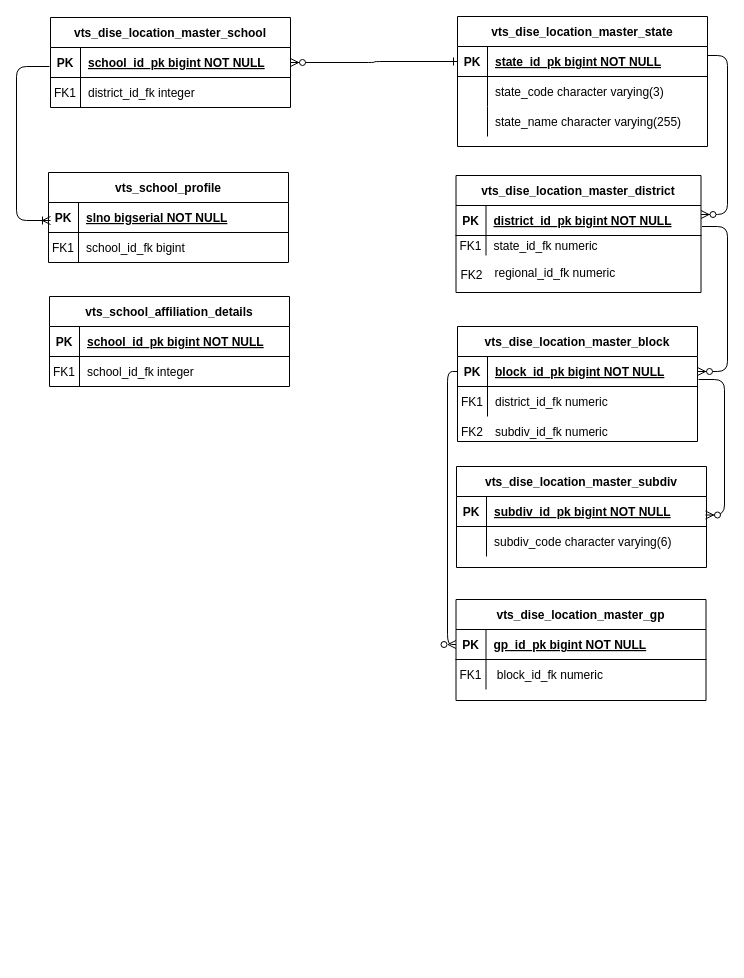
sourav4371/sourav keeps this draw.io diagram as Untitled Diagram.drawio. Above is the earlier version. Source tidied: cells renumbered, new cells numbered last; positions are measured from the earlier drawing's top-left corner, leaving out a move shared by most shapes. Both pictures are drawn from the tidied source at 100%, with x=0, y=0 at pixel (16, 16).
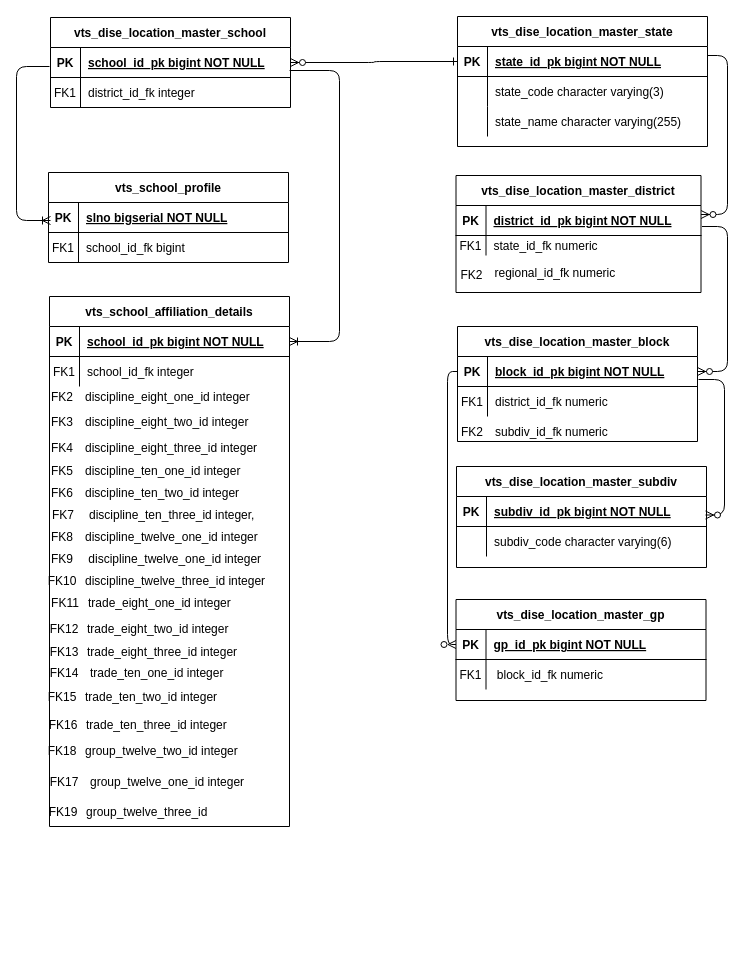
The same diagram, later.

The change refers to these unchanged cells:
```xml
<mxCell id="74" style="shape=partialRectangle;fillColor=none;points=[[0,0.5],[1,0.5]];portConstraint=eastwest;top=0;left=0;right=0;bottom=1;" parent="73" vertex="1">
  <mxGeometry y="30" width="240" height="30" as="geometry" />
</mxCell>
```

Change to the diagram source:
```diff
@@
     <mxCell id="73" value="vts_school_affiliation_details" style="shape=table;startSize=30;childLayout=tableLayout;rowLines=0;fontStyle=1;align=center;" parent="1" vertex="1">
-      <mxGeometry x="33" y="280" width="240" height="90" as="geometry" />
+      <mxGeometry x="33" y="280" width="240" height="530" as="geometry" />
     </mxCell>
@@
+    <mxCell id="80" style="edgeStyle=elbowEdgeStyle;fontSize=12;html=1;endArrow=ERoneToMany;entryX=1;entryY=0.5;entryDx=0;entryDy=0;exitX=0.988;exitY=0.967;exitDx=0;exitDy=0;exitPerimeter=0;" parent="1" edge="1" target="74">
+      <mxGeometry relative="1" as="geometry">
+        <mxPoint x="273.1" y="54" as="sourcePoint" />
+        <Array as="points">
+          <mxPoint x="323" y="174" />
+        </Array>
+      </mxGeometry>
+    </mxCell>
+    <mxCell id="81" style="shape=partialRectangle;fillColor=none;top=0;left=0;right=0;bottom=0;" parent="1" vertex="1">
+      <mxGeometry x="31" y="365" width="240" height="30" as="geometry" />
+    </mxCell>
+    <mxCell id="82" value="FK2" style="shape=partialRectangle;overflow=hidden;fillColor=none;top=0;left=0;bottom=0;right=0;" parent="81" vertex="1">
+      <mxGeometry width="30" height="30" as="geometry" />
+    </mxCell>
+    <mxCell id="83" value="discipline_eight_one_id integer" style="shape=partialRectangle;overflow=hidden;fillColor=none;top=0;left=0;bottom=0;right=0;align=left;spacingLeft=6;" parent="81" vertex="1">
+      <mxGeometry x="30" width="210" height="30" as="geometry" />
+    </mxCell>
+    <mxCell id="84" style="shape=partialRectangle;fillColor=none;top=0;left=0;right=0;bottom=0;" parent="1" vertex="1">
+      <mxGeometry x="31" y="390" width="240" height="30" as="geometry" />
+    </mxCell>
+    <mxCell id="85" value="FK3" style="shape=partialRectangle;overflow=hidden;fillColor=none;top=0;left=0;bottom=0;right=0;" parent="84" vertex="1">
+      <mxGeometry width="30" height="30" as="geometry" />
+    </mxCell>
+    <mxCell id="86" value="discipline_eight_two_id integer" style="shape=partialRectangle;overflow=hidden;fillColor=none;top=0;left=0;bottom=0;right=0;align=left;spacingLeft=6;" parent="84" vertex="1">
+      <mxGeometry x="30" width="210" height="30" as="geometry" />
+    </mxCell>
+    <mxCell id="87" style="shape=partialRectangle;fillColor=none;top=0;left=0;right=0;bottom=0;" parent="1" vertex="1">
+      <mxGeometry x="31" y="416" width="240" height="30" as="geometry" />
+    </mxCell>
+    <mxCell id="88" value="FK4" style="shape=partialRectangle;overflow=hidden;fillColor=none;top=0;left=0;bottom=0;right=0;" parent="87" vertex="1">
+      <mxGeometry width="30" height="30" as="geometry" />
+    </mxCell>
+    <mxCell id="89" value="discipline_eight_three_id integer" style="shape=partialRectangle;overflow=hidden;fillColor=none;top=0;left=0;bottom=0;right=0;align=left;spacingLeft=6;" parent="87" vertex="1">
+      <mxGeometry x="30" width="210" height="30" as="geometry" />
+    </mxCell>
+    <mxCell id="90" style="shape=partialRectangle;fillColor=none;top=0;left=0;right=0;bottom=0;" parent="1" vertex="1">
+      <mxGeometry x="31" y="439" width="240" height="30" as="geometry" />
+    </mxCell>
+    <mxCell id="91" value="FK5" style="shape=partialRectangle;overflow=hidden;fillColor=none;top=0;left=0;bottom=0;right=0;" parent="90" vertex="1">
+      <mxGeometry width="30" height="30" as="geometry" />
+    </mxCell>
+    <mxCell id="92" value="discipline_ten_one_id integer" style="shape=partialRectangle;overflow=hidden;fillColor=none;top=0;left=0;bottom=0;right=0;align=left;spacingLeft=6;" parent="90" vertex="1">
+      <mxGeometry x="30" width="210" height="30" as="geometry" />
+    </mxCell>
+    <mxCell id="93" style="shape=partialRectangle;fillColor=none;top=0;left=0;right=0;bottom=0;" parent="1" vertex="1">
+      <mxGeometry x="31" y="461" width="240" height="30" as="geometry" />
+    </mxCell>
+    <mxCell id="94" value="FK6" style="shape=partialRectangle;overflow=hidden;fillColor=none;top=0;left=0;bottom=0;right=0;" parent="93" vertex="1">
+      <mxGeometry width="30" height="30" as="geometry" />
+    </mxCell>
+    <mxCell id="95" value="discipline_ten_two_id integer" style="shape=partialRectangle;overflow=hidden;fillColor=none;top=0;left=0;bottom=0;right=0;align=left;spacingLeft=6;" parent="93" vertex="1">
+      <mxGeometry x="30" width="210" height="30" as="geometry" />
+    </mxCell>
+    <mxCell id="96" style="shape=partialRectangle;fillColor=none;top=0;left=0;right=0;bottom=0;" parent="1" vertex="1">
+      <mxGeometry x="35" y="483" width="240" height="30" as="geometry" />
+    </mxCell>
+    <mxCell id="97" value="FK7" style="shape=partialRectangle;overflow=hidden;fillColor=none;top=0;left=0;bottom=0;right=0;" parent="96" vertex="1">
+      <mxGeometry x="-3" width="30" height="30" as="geometry" />
+    </mxCell>
+    <mxCell id="98" value="discipline_ten_three_id integer," style="shape=partialRectangle;overflow=hidden;fillColor=none;top=0;left=0;bottom=0;right=0;align=left;spacingLeft=6;" parent="96" vertex="1">
+      <mxGeometry x="30" width="210" height="30" as="geometry" />
+    </mxCell>
+    <mxCell id="99" style="shape=partialRectangle;fillColor=none;top=0;left=0;right=0;bottom=0;" parent="1" vertex="1">
+      <mxGeometry x="31" y="505" width="240" height="30" as="geometry" />
+    </mxCell>
+    <mxCell id="100" value="FK8" style="shape=partialRectangle;overflow=hidden;fillColor=none;top=0;left=0;bottom=0;right=0;" parent="99" vertex="1">
+      <mxGeometry width="30" height="30" as="geometry" />
+    </mxCell>
+    <mxCell id="101" value="discipline_twelve_one_id integer" style="shape=partialRectangle;overflow=hidden;fillColor=none;top=0;left=0;bottom=0;right=0;align=left;spacingLeft=6;" parent="99" vertex="1">
+      <mxGeometry x="30" width="210" height="30" as="geometry" />
+    </mxCell>
+    <mxCell id="102" style="shape=partialRectangle;fillColor=none;top=0;left=0;right=0;bottom=0;" parent="1" vertex="1">
+      <mxGeometry x="271" y="770" width="250" height="93" as="geometry" />
+    </mxCell>
+    <mxCell id="103" style="shape=partialRectangle;overflow=hidden;fillColor=none;top=0;left=0;bottom=0;right=0;" parent="102" vertex="1">
+      <mxGeometry width="30" height="93" as="geometry" />
+    </mxCell>
+    <mxCell id="104" style="shape=partialRectangle;fillColor=none;top=0;left=0;right=0;bottom=0;" parent="1" vertex="1">
+      <mxGeometry x="31" y="527" width="240" height="30" as="geometry" />
+    </mxCell>
+    <mxCell id="105" value="FK9" style="shape=partialRectangle;overflow=hidden;fillColor=none;top=0;left=0;bottom=0;right=0;" parent="104" vertex="1">
+      <mxGeometry width="30" height="30" as="geometry" />
+    </mxCell>
+    <mxCell id="106" value=" discipline_twelve_one_id integer" style="shape=partialRectangle;overflow=hidden;fillColor=none;top=0;left=0;bottom=0;right=0;align=left;spacingLeft=6;" parent="104" vertex="1">
+      <mxGeometry x="30" width="210" height="30" as="geometry" />
+    </mxCell>
+    <mxCell id="107" style="shape=partialRectangle;fillColor=none;top=0;left=0;right=0;bottom=0;" parent="1" vertex="1">
+      <mxGeometry x="31" y="549" width="240" height="30" as="geometry" />
+    </mxCell>
+    <mxCell id="108" value="FK10" style="shape=partialRectangle;overflow=hidden;fillColor=none;top=0;left=0;bottom=0;right=0;" parent="107" vertex="1">
+      <mxGeometry width="30" height="30" as="geometry" />
+    </mxCell>
+    <mxCell id="109" value="discipline_twelve_three_id integer" style="shape=partialRectangle;overflow=hidden;fillColor=none;top=0;left=0;bottom=0;right=0;align=left;spacingLeft=6;" parent="107" vertex="1">
+      <mxGeometry x="30" width="210" height="30" as="geometry" />
+    </mxCell>
+    <mxCell id="110" style="shape=partialRectangle;fillColor=none;top=0;left=0;right=0;bottom=0;" parent="1" vertex="1">
+      <mxGeometry x="34" y="571" width="240" height="30" as="geometry" />
+    </mxCell>
+    <mxCell id="111" value="FK11" style="shape=partialRectangle;overflow=hidden;fillColor=none;top=0;left=0;bottom=0;right=0;" parent="110" vertex="1">
+      <mxGeometry width="30" height="30" as="geometry" />
+    </mxCell>
+    <mxCell id="112" value="trade_eight_one_id integer" style="shape=partialRectangle;overflow=hidden;fillColor=none;top=0;left=0;bottom=0;right=0;align=left;spacingLeft=6;" parent="110" vertex="1">
+      <mxGeometry x="30" width="210" height="30" as="geometry" />
+    </mxCell>
+    <mxCell id="113" style="shape=partialRectangle;fillColor=none;top=0;left=0;right=0;bottom=0;" parent="1" vertex="1">
+      <mxGeometry x="33" y="597" width="240" height="30" as="geometry" />
+    </mxCell>
+    <mxCell id="114" value="FK12" style="shape=partialRectangle;overflow=hidden;fillColor=none;top=0;left=0;bottom=0;right=0;" parent="113" vertex="1">
+      <mxGeometry width="30" height="30" as="geometry" />
+    </mxCell>
+    <mxCell id="115" value=" trade_eight_two_id integer" style="shape=partialRectangle;overflow=hidden;fillColor=none;top=0;left=0;bottom=0;right=0;align=left;spacingLeft=6;" parent="113" vertex="1">
+      <mxGeometry x="30" width="210" height="30" as="geometry" />
+    </mxCell>
+    <mxCell id="116" style="shape=partialRectangle;fillColor=none;top=0;left=0;right=0;bottom=0;" parent="1" vertex="1">
+      <mxGeometry x="33" y="619.5" width="240" height="30" as="geometry" />
+    </mxCell>
+    <mxCell id="117" value="FK13" style="shape=partialRectangle;overflow=hidden;fillColor=none;top=0;left=0;bottom=0;right=0;" parent="116" vertex="1">
+      <mxGeometry width="30" height="30" as="geometry" />
+    </mxCell>
+    <mxCell id="118" value="trade_eight_three_id integer" style="shape=partialRectangle;overflow=hidden;fillColor=none;top=0;left=0;bottom=0;right=0;align=left;spacingLeft=6;" parent="116" vertex="1">
+      <mxGeometry x="30" width="210" height="30" as="geometry" />
+    </mxCell>
+    <mxCell id="119" style="shape=partialRectangle;fillColor=none;top=0;left=0;right=0;bottom=0;" parent="1" vertex="1">
+      <mxGeometry x="36" y="641" width="240" height="30" as="geometry" />
+    </mxCell>
+    <mxCell id="120" value="FK14" style="shape=partialRectangle;overflow=hidden;fillColor=none;top=0;left=0;bottom=0;right=0;" parent="119" vertex="1">
+      <mxGeometry x="-3" width="30" height="30" as="geometry" />
+    </mxCell>
+    <mxCell id="121" value="trade_ten_one_id integer" style="shape=partialRectangle;overflow=hidden;fillColor=none;top=0;left=0;bottom=0;right=0;align=left;spacingLeft=6;" parent="119" vertex="1">
+      <mxGeometry x="30" width="210" height="30" as="geometry" />
+    </mxCell>
+    <mxCell id="122" style="shape=partialRectangle;fillColor=none;top=0;left=0;right=0;bottom=0;" parent="1" vertex="1">
+      <mxGeometry x="31" y="665" width="240" height="30" as="geometry" />
+    </mxCell>
+    <mxCell id="123" value="FK15" style="shape=partialRectangle;overflow=hidden;fillColor=none;top=0;left=0;bottom=0;right=0;" parent="122" vertex="1">
+      <mxGeometry width="30" height="30" as="geometry" />
+    </mxCell>
+    <mxCell id="124" value="trade_ten_two_id integer" style="shape=partialRectangle;overflow=hidden;fillColor=none;top=0;left=0;bottom=0;right=0;align=left;spacingLeft=6;" parent="122" vertex="1">
+      <mxGeometry x="30" width="210" height="30" as="geometry" />
+    </mxCell>
+    <mxCell id="125" style="shape=partialRectangle;fillColor=none;top=0;left=0;right=0;bottom=0;" parent="1" vertex="1">
+      <mxGeometry x="32" y="693" width="240" height="195" as="geometry" />
+    </mxCell>
+    <mxCell id="126" value="FK16" style="shape=partialRectangle;overflow=hidden;fillColor=none;top=0;left=0;bottom=0;right=0;" parent="125" vertex="1">
+      <mxGeometry width="30" height="30" as="geometry" />
+    </mxCell>
+    <mxCell id="127" value=" trade_ten_three_id integer" style="shape=partialRectangle;overflow=hidden;fillColor=none;top=0;left=0;bottom=0;right=0;align=left;spacingLeft=6;" parent="125" vertex="1">
+      <mxGeometry x="30" width="210" height="30" as="geometry" />
+    </mxCell>
+    <mxCell id="128" style="shape=partialRectangle;fillColor=none;top=0;left=0;right=0;bottom=0;" parent="1" vertex="1">
+      <mxGeometry x="36" y="750" width="240" height="195" as="geometry" />
+    </mxCell>
+    <mxCell id="129" value="FK17" style="shape=partialRectangle;overflow=hidden;fillColor=none;top=0;left=0;bottom=0;right=0;" parent="128" vertex="1">
+      <mxGeometry x="-3" width="30" height="30" as="geometry" />
+    </mxCell>
+    <mxCell id="130" value="group_twelve_one_id integer" style="shape=partialRectangle;overflow=hidden;fillColor=none;top=0;left=0;bottom=0;right=0;align=left;spacingLeft=6;" parent="128" vertex="1">
+      <mxGeometry x="30" width="210" height="30" as="geometry" />
+    </mxCell>
+    <mxCell id="131" style="shape=partialRectangle;fillColor=none;top=0;left=0;right=0;bottom=0;" parent="1" vertex="1">
+      <mxGeometry x="31" y="719" width="240" height="195" as="geometry" />
+    </mxCell>
+    <mxCell id="132" value="FK18" style="shape=partialRectangle;overflow=hidden;fillColor=none;top=0;left=0;bottom=0;right=0;" parent="131" vertex="1">
+      <mxGeometry width="30" height="30" as="geometry" />
+    </mxCell>
+    <mxCell id="133" value="group_twelve_two_id integer" style="shape=partialRectangle;overflow=hidden;fillColor=none;top=0;left=0;bottom=0;right=0;align=left;spacingLeft=6;" parent="131" vertex="1">
+      <mxGeometry x="30" width="210" height="30" as="geometry" />
+    </mxCell>
+    <mxCell id="134" style="shape=partialRectangle;fillColor=none;top=0;left=0;right=0;bottom=0;" parent="1" vertex="1">
+      <mxGeometry x="32" y="780" width="240" height="30" as="geometry" />
+    </mxCell>
+    <mxCell id="135" value="FK19" style="shape=partialRectangle;overflow=hidden;fillColor=none;top=0;left=0;bottom=0;right=0;" parent="134" vertex="1">
+      <mxGeometry width="30" height="30" as="geometry" />
+    </mxCell>
+    <mxCell id="136" value="group_twelve_three_id" style="shape=partialRectangle;overflow=hidden;fillColor=none;top=0;left=0;bottom=0;right=0;align=left;spacingLeft=6;" parent="134" vertex="1">
+      <mxGeometry x="30" width="210" height="30" as="geometry" />
+    </mxCell>
```
